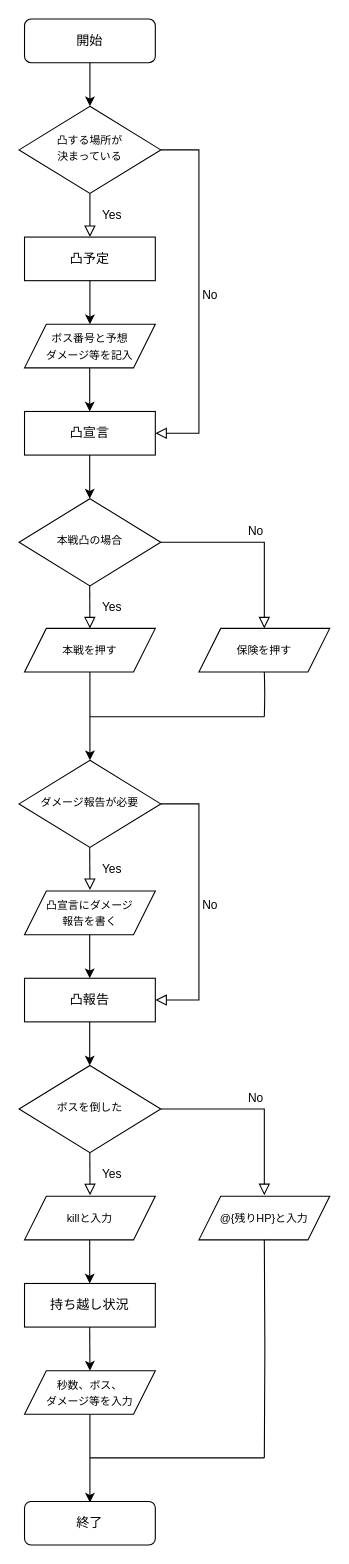
Earlier version of the draw.io diagram assets/convex_flow.drawio (beroba/convex-management). Source tidied: cells renumbered, new cells numbered last; positions are measured from the earlier drawing's top-left corner, leaving out a move shared by most shapes. Both pictures are drawn from the tidied source at 109%, with x=0, y=0 at pixel (19, 19).
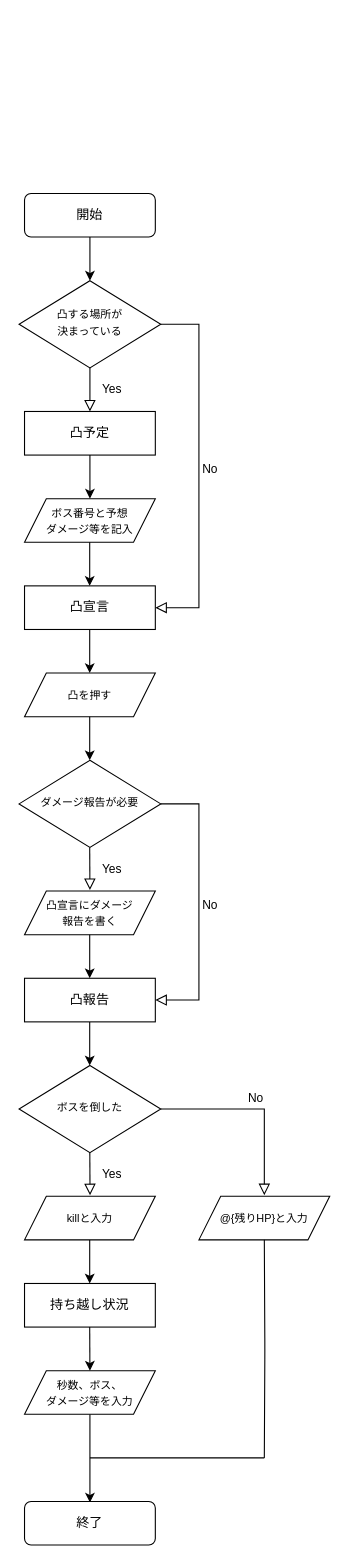
The same page after the edit.

The change refers to these unchanged cells:
```xml
<mxCell id="19" value="&lt;span style=&quot;font-size: 10px&quot;&gt;ダメージ報告が必要&lt;/span&gt;" style="rhombus;whiteSpace=wrap;html=1;shadow=0;fontFamily=Helvetica;fontSize=12;align=center;strokeWidth=1;spacing=6;spacingTop=-4;" parent="1" vertex="1">
  <mxGeometry y="680" width="130" height="80" as="geometry" />
</mxCell>
```

Diff of the diagram source:
```diff
@@
     <mxCell id="2" value="開始&lt;br&gt;" style="rounded=1;whiteSpace=wrap;html=1;fontSize=12;glass=0;strokeWidth=1;shadow=0;" parent="1" vertex="1">
-      <mxGeometry x="5" width="120" height="40" as="geometry" />
+      <mxGeometry x="5" y="160" width="120" height="40" as="geometry" />
     </mxCell>
@@
     <mxCell id="4" value="No" style="edgeStyle=orthogonalEdgeStyle;rounded=0;html=1;jettySize=auto;fontSize=11;endArrow=block;endFill=0;endSize=8;strokeWidth=1;shadow=0;labelBackgroundColor=none;entryX=1;entryY=0.5;entryDx=0;entryDy=0;" parent="1" edge="1" source="5" target="9">
       <mxGeometry y="10" relative="1" as="geometry">
         <Array as="points">
-          <mxPoint x="165" y="120" />
-          <mxPoint x="165" y="380" />
+          <mxPoint x="165" y="280" />
+          <mxPoint x="165" y="540" />
         </Array>
       </mxGeometry>
     </mxCell>
     <mxCell id="5" value="&lt;font style=&quot;vertical-align: inherit ; font-size: 10px&quot;&gt;凸する場所が&lt;/font&gt;&lt;br&gt;&lt;font style=&quot;vertical-align: inherit ; font-size: 10px&quot;&gt;決まっている&lt;/font&gt;" style="rhombus;whiteSpace=wrap;html=1;shadow=0;fontFamily=Helvetica;fontSize=12;align=center;strokeWidth=1;spacing=6;spacingTop=-4;" parent="1" vertex="1">
-      <mxGeometry y="80" width="130" height="80" as="geometry" />
+      <mxGeometry y="240" width="130" height="80" as="geometry" />
     </mxCell>
     <mxCell id="6" value="凸予定" style="rounded=0;whiteSpace=wrap;html=1;" parent="1" vertex="1">
-      <mxGeometry x="5" y="200" width="120" height="40" as="geometry" />
+      <mxGeometry x="5" y="360" width="120" height="40" as="geometry" />
     </mxCell>
     <mxCell id="7" style="endArrow=classic;html=1;exitX=0.5;exitY=1;exitDx=0;exitDy=0;" parent="1" edge="1" source="6">
       <mxGeometry relative="1" as="geometry">
-        <mxPoint x="65" y="280" as="targetPoint" />
+        <mxPoint x="65" y="440" as="targetPoint" />
       </mxGeometry>
     </mxCell>
@@
     <mxCell id="9" value="凸宣言" style="rounded=0;whiteSpace=wrap;html=1;" parent="1" vertex="1">
-      <mxGeometry x="5" y="360" width="120" height="40" as="geometry" />
+      <mxGeometry x="5" y="520" width="120" height="40" as="geometry" />
     </mxCell>
     <mxCell id="10" style="endArrow=classic;html=1;exitX=0.5;exitY=1;exitDx=0;exitDy=0;" parent="1" edge="1">
       <mxGeometry relative="1" as="geometry">
-        <mxPoint x="64.8" y="400" as="sourcePoint" />
-        <mxPoint x="64.8" y="440" as="targetPoint" />
+        <mxPoint x="64.8" y="560" as="sourcePoint" />
+        <mxPoint x="64.8" y="600" as="targetPoint" />
       </mxGeometry>
     </mxCell>
     <mxCell id="11" value="&lt;font style=&quot;vertical-align: inherit ; font-size: 10px&quot;&gt;ボス番号と予想&lt;br&gt;ダメージ等を記入&lt;/font&gt;" style="shape=parallelogram;perimeter=parallelogramPerimeter;whiteSpace=wrap;html=1;fixedSize=1;" parent="1" vertex="1">
-      <mxGeometry x="5" y="280" width="120" height="40" as="geometry" />
+      <mxGeometry x="5" y="440" width="120" height="40" as="geometry" />
     </mxCell>
     <mxCell id="12" style="endArrow=classic;html=1;exitX=0.5;exitY=1;exitDx=0;exitDy=0;" parent="1" edge="1">
       <mxGeometry relative="1" as="geometry">
-        <mxPoint x="64.8" y="320" as="sourcePoint" />
-        <mxPoint x="64.8" y="360" as="targetPoint" />
+        <mxPoint x="64.8" y="480" as="sourcePoint" />
+        <mxPoint x="64.8" y="520" as="targetPoint" />
       </mxGeometry>
     </mxCell>
-    <mxCell id="13" value="&lt;span style=&quot;font-size: 10px&quot;&gt;本戦凸の場合&lt;/span&gt;" style="rhombus;whiteSpace=wrap;html=1;shadow=0;fontFamily=Helvetica;fontSize=12;align=center;strokeWidth=1;spacing=6;spacingTop=-4;" parent="1" vertex="1">
-      <mxGeometry y="440" width="130" height="80" as="geometry" />
-    </mxCell>
-    <mxCell id="14" value="Yes" style="rounded=0;html=1;jettySize=auto;fontSize=11;endArrow=block;endFill=0;endSize=8;strokeWidth=1;shadow=0;labelBackgroundColor=none;edgeStyle=orthogonalEdgeStyle;entryX=0.5;entryY=0;entryDx=0;entryDy=0;" parent="1" edge="1" target="16">
-      <mxGeometry y="20" relative="1" as="geometry">
-        <mxPoint x="64.8" y="520" as="sourcePoint" />
-      </mxGeometry>
-    </mxCell>
-    <mxCell id="15" value="No" style="edgeStyle=orthogonalEdgeStyle;rounded=0;html=1;jettySize=auto;fontSize=11;endArrow=block;endFill=0;endSize=8;strokeWidth=1;shadow=0;labelBackgroundColor=none;entryX=0.5;entryY=0;entryDx=0;entryDy=0;" parent="1" edge="1" target="17">
-      <mxGeometry y="10" relative="1" as="geometry">
-        <mxPoint x="130" y="480" as="sourcePoint" />
-        <Array as="points">
-          <mxPoint x="225" y="480" />
-        </Array>
-      </mxGeometry>
-    </mxCell>
-    <mxCell id="16" value="&lt;span style=&quot;font-size: 10px&quot;&gt;本戦を押す&lt;/span&gt;" style="shape=parallelogram;perimeter=parallelogramPerimeter;whiteSpace=wrap;html=1;fixedSize=1;" parent="1" vertex="1">
-      <mxGeometry x="5" y="559" width="120" height="40" as="geometry" />
+    <mxCell id="16" value="&lt;span style=&quot;font-size: 10px&quot;&gt;凸を押す&lt;br&gt;&lt;/span&gt;" style="shape=parallelogram;perimeter=parallelogramPerimeter;whiteSpace=wrap;html=1;fixedSize=1;" parent="1" vertex="1">
+      <mxGeometry x="5" y="600" width="120" height="40" as="geometry" />
     </mxCell>
-    <mxCell id="17" value="&lt;span style=&quot;font-size: 10px&quot;&gt;保険を押す&lt;/span&gt;" style="shape=parallelogram;perimeter=parallelogramPerimeter;whiteSpace=wrap;html=1;fixedSize=1;" parent="1" vertex="1">
-      <mxGeometry x="165" y="559" width="120" height="40" as="geometry" />
-    </mxCell>
-    <mxCell id="18" style="endArrow=classic;html=1;" parent="1" edge="1" source="16" target="19">
-      <mxGeometry relative="1" as="geometry" />
-    </mxCell>
@@
-    <mxCell id="20" style="endArrow=none;html=1;entryX=0.5;entryY=1;entryDx=0;entryDy=0;sourcePerimeterSpacing=0;edgeStyle=orthogonalEdgeStyle;" parent="1" edge="1" target="17">
-      <mxGeometry relative="1" as="geometry">
-        <mxPoint x="225" y="640" as="sourcePoint" />
-      </mxGeometry>
-    </mxCell>
-    <mxCell id="21" style="endArrow=none;html=1;sourcePerimeterSpacing=0;edgeStyle=orthogonalEdgeStyle;" parent="1" edge="1">
-      <mxGeometry relative="1" as="geometry">
-        <mxPoint x="65" y="640" as="sourcePoint" />
-        <mxPoint x="225" y="640" as="targetPoint" />
-      </mxGeometry>
-    </mxCell>
@@
+    <mxCell id="41" style="endArrow=classic;html=1;exitX=0.5;exitY=1;exitDx=0;exitDy=0;" parent="1" edge="1">
+      <mxGeometry relative="1" as="geometry">
+        <mxPoint x="64.8" y="640" as="sourcePoint" />
+        <mxPoint x="64.8" y="680" as="targetPoint" />
+      </mxGeometry>
+    </mxCell>
```
